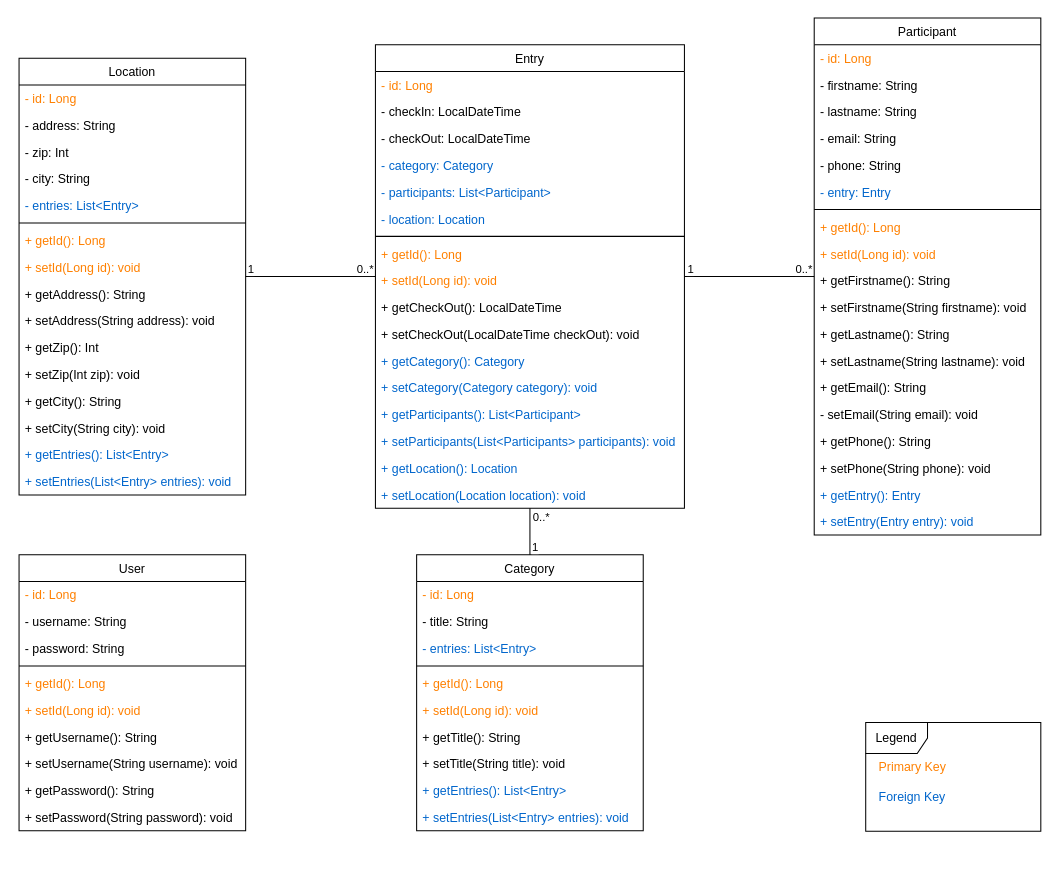
Before: docs/fach-class-diagram/class-diagram.drawio in speyck/m223-punchclock-quarkus, a draw.io diagram. Source tidied: cells renumbered, new cells numbered last; positions are measured from the earlier drawing's top-left corner, leaving out a move shared by most shapes. Both pictures are drawn from the tidied source at 103%, with x=0, y=0 at pixel (19, 18).
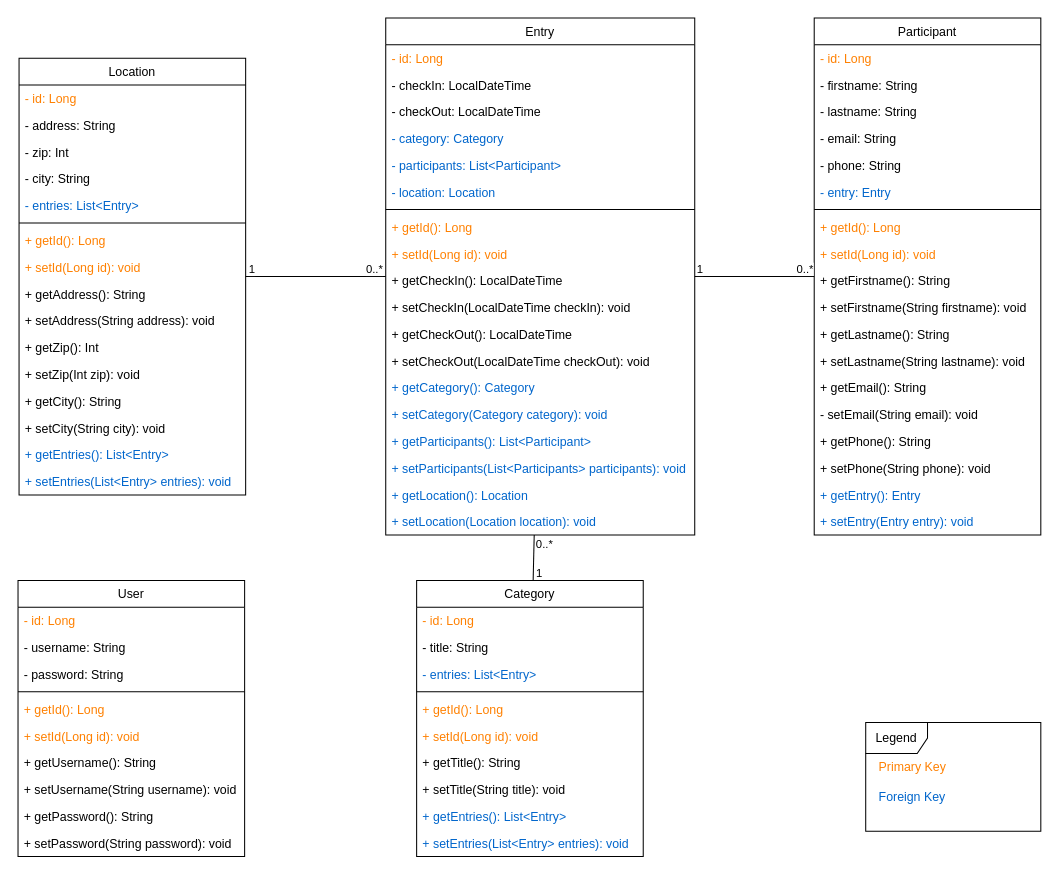
After the change.

Commit message (it also covers changes not shown here):
Modified 'fach'-class-diagrams

The change refers to these unchanged cells:
```xml
<mxCell id="85" style="endArrow=none;html=1;rounded=0;fontColor=#FF8000;" parent="1" edge="1" source="13" target="62">
  <mxGeometry relative="1" as="geometry" />
</mxCell>
<mxCell id="88" style="endArrow=none;html=1;rounded=0;fontColor=#FF8000;" parent="1" edge="1" source="2" target="13">
  <mxGeometry relative="1" as="geometry" />
</mxCell>
```

What changed in the source:
```diff
@@
     <mxCell id="2" value="Category" style="swimlane;fontStyle=0;align=center;verticalAlign=top;horizontal=1;startSize=26;rounded=0;shadow=0;strokeWidth=1;" parent="1" vertex="1">
-      <mxGeometry x="386" y="521" width="220" height="268" as="geometry" />
+      <mxGeometry x="386" y="546" width="220" height="268" as="geometry" />
     </mxCell>
@@
     <mxCell id="13" value="Entry" style="swimlane;fontStyle=0;align=center;verticalAlign=top;horizontal=1;startSize=26;rounded=0;shadow=0;strokeWidth=1;" parent="1" vertex="1">
-      <mxGeometry x="346" y="26" width="300" height="450" as="geometry" />
+      <mxGeometry x="356" width="300" height="502" as="geometry" />
     </mxCell>
@@
+    <mxCell id="91" value="+ getCheckIn(): LocalDateTime" style="text;align=left;verticalAlign=top;spacingLeft=4;spacingRight=4;overflow=hidden;" parent="13" vertex="1">
+      <mxGeometry y="242" width="300" height="26" as="geometry" />
+    </mxCell>
+    <mxCell id="92" value="+ setCheckIn(LocalDateTime checkIn): void" style="text;align=left;verticalAlign=top;spacingLeft=4;spacingRight=4;overflow=hidden;" parent="13" vertex="1">
+      <mxGeometry y="268" width="300" height="26" as="geometry" />
+    </mxCell>
     <mxCell id="23" value="+ getCheckOut(): LocalDateTime" style="text;align=left;verticalAlign=top;spacingLeft=4;spacingRight=4;overflow=hidden;" parent="13" vertex="1">
-      <mxGeometry y="242" width="300" height="26" as="geometry" />
+      <mxGeometry y="294" width="300" height="26" as="geometry" />
     </mxCell>
     <mxCell id="24" value="+ setCheckOut(LocalDateTime checkOut): void" style="text;align=left;verticalAlign=top;spacingLeft=4;spacingRight=4;overflow=hidden;" parent="13" vertex="1">
-      <mxGeometry y="268" width="300" height="26" as="geometry" />
+      <mxGeometry y="320" width="300" height="26" as="geometry" />
     </mxCell>
     <mxCell id="25" value="+ getCategory(): Category" style="text;align=left;verticalAlign=top;spacingLeft=4;spacingRight=4;overflow=hidden;fontColor=#0066CC;" parent="13" vertex="1">
-      <mxGeometry y="294" width="300" height="26" as="geometry" />
+      <mxGeometry y="346" width="300" height="26" as="geometry" />
     </mxCell>
     <mxCell id="26" value="+ setCategory(Category category): void" style="text;align=left;verticalAlign=top;spacingLeft=4;spacingRight=4;overflow=hidden;fontColor=#0066CC;" parent="13" vertex="1">
-      <mxGeometry y="320" width="300" height="26" as="geometry" />
+      <mxGeometry y="372" width="300" height="26" as="geometry" />
     </mxCell>
     <mxCell id="27" value="+ getParticipants(): List&lt;Participant&gt;" style="text;align=left;verticalAlign=top;spacingLeft=4;spacingRight=4;overflow=hidden;fontColor=#0066CC;" parent="13" vertex="1">
-      <mxGeometry y="346" width="300" height="26" as="geometry" />
+      <mxGeometry y="398" width="300" height="26" as="geometry" />
     </mxCell>
     <mxCell id="28" value="+ setParticipants(List&lt;Participants&gt; participants): void" style="text;align=left;verticalAlign=top;spacingLeft=4;spacingRight=4;overflow=hidden;fontColor=#0066CC;" parent="13" vertex="1">
-      <mxGeometry y="372" width="300" height="26" as="geometry" />
+      <mxGeometry y="424" width="300" height="26" as="geometry" />
     </mxCell>
     <mxCell id="29" value="+ getLocation(): Location" style="text;align=left;verticalAlign=top;spacingLeft=4;spacingRight=4;overflow=hidden;fontColor=#0066CC;" parent="13" vertex="1">
-      <mxGeometry y="398" width="300" height="26" as="geometry" />
+      <mxGeometry y="450" width="300" height="26" as="geometry" />
     </mxCell>
     <mxCell id="30" value="+ setLocation(Location location): void" style="text;align=left;verticalAlign=top;spacingLeft=4;spacingRight=4;overflow=hidden;fontColor=#0066CC;" parent="13" vertex="1">
-      <mxGeometry y="424" width="300" height="26" as="geometry" />
+      <mxGeometry y="476" width="300" height="26" as="geometry" />
     </mxCell>
@@
     <mxCell id="51" value="User" style="swimlane;fontStyle=0;align=center;verticalAlign=top;horizontal=1;startSize=26;rounded=0;shadow=0;strokeWidth=1;" parent="1" vertex="1">
-      <mxGeometry y="521" width="220" height="268" as="geometry" />
+      <mxGeometry x="-1" y="546" width="220" height="268" as="geometry" />
     </mxCell>
@@
     <mxCell id="87" value="0..*" style="edgeLabel;html=1;align=center;verticalAlign=middle;fontColor=#000000;" parent="85" vertex="1">
       <mxGeometry x="0.72" y="-1" relative="1" as="geometry">
-        <mxPoint x="7" y="-9" as="offset" />
+        <mxPoint x="6" y="-9" as="offset" />
       </mxGeometry>
     </mxCell>
@@
     <mxCell id="90" value="1" style="edgeLabel;html=1;align=center;verticalAlign=middle;fontColor=#000000;" parent="88" vertex="1">
       <mxGeometry x="-0.67" y="-2" relative="1" as="geometry">
-        <mxPoint x="2" y="-1" as="offset" />
+        <mxPoint x="3" y="-1" as="offset" />
       </mxGeometry>
     </mxCell>
```
